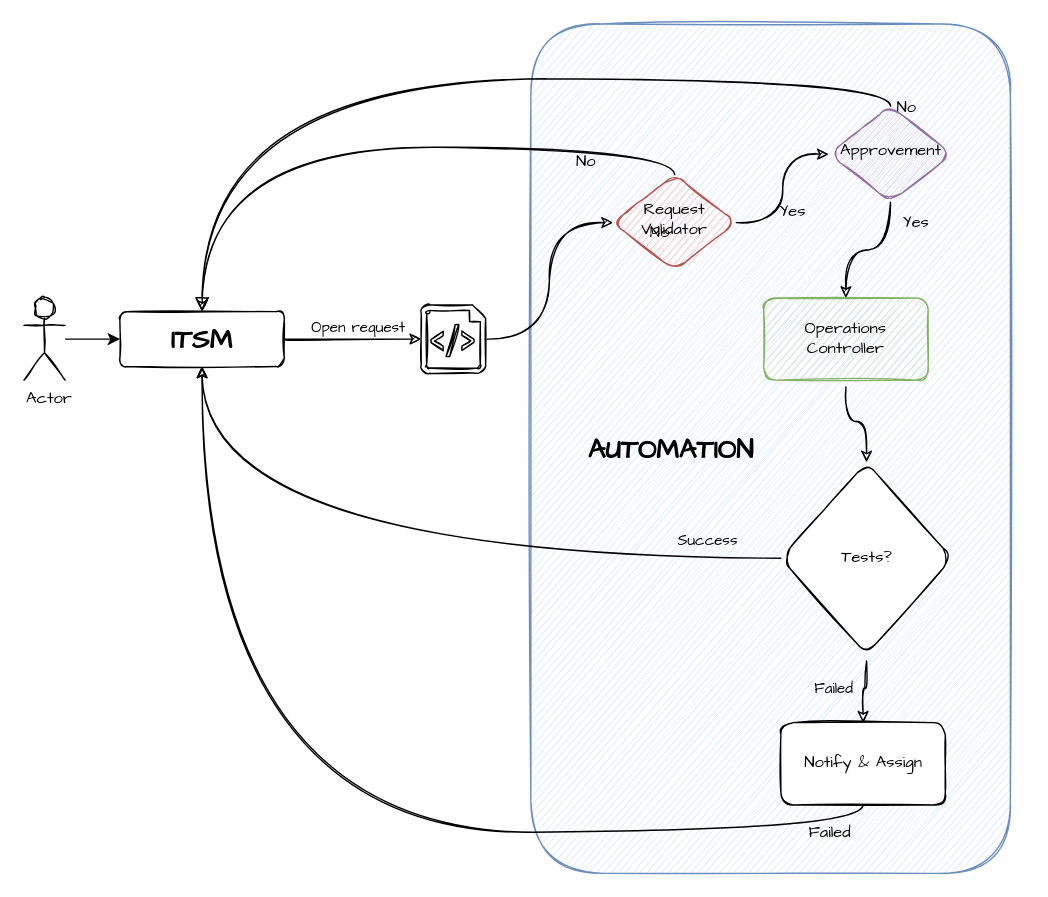
The draw.io diagram page "General View" (1 of 6) of diagrams/open-automation.drawio in haidouks/open-automation, before the edit. Source tidied: cells renumbered, new cells numbered last; positions are measured from the earlier drawing's top-left corner, leaving out a move shared by most shapes. Both pictures are drawn from the tidied source at 137%, with x=0, y=0 at pixel (23, 23).
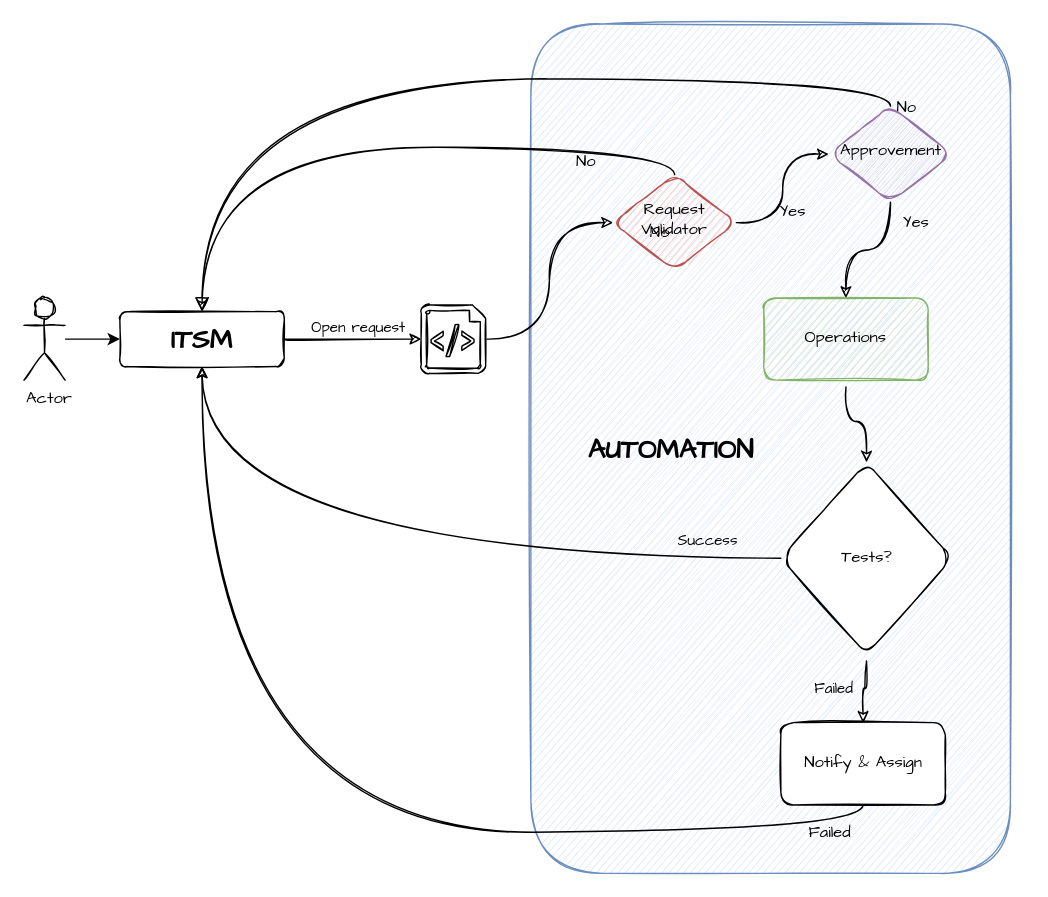
The same page after the edit.

What changed in the source:
```diff
@@
-    <mxCell id="10" value="Operations&lt;br&gt;Controller" style="whiteSpace=wrap;html=1;sketch=1;rounded=1;fontFamily=Comic Sans MS;fillColor=#d5e8d4;strokeColor=#82b366;" parent="1" vertex="1">
+    <mxCell id="10" value="Operations" style="whiteSpace=wrap;html=1;sketch=1;rounded=1;fontFamily=Comic Sans MS;fillColor=#d5e8d4;strokeColor=#82b366;" parent="1" vertex="1">
       <mxGeometry x="540" y="200" width="120" height="60" as="geometry" />
     </mxCell>
```
